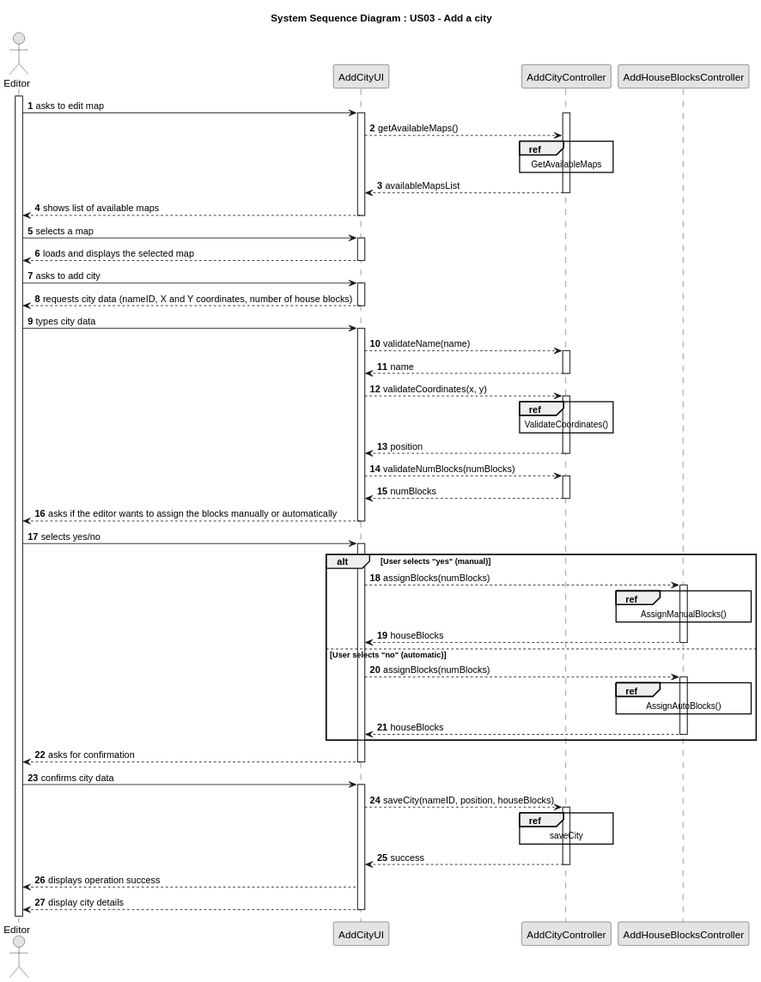
HenriqueSilva18/Railway-Network-Simulator keeps this PlantUML diagram as docs/system-documentation/Sprint 2/US03/03.design/svg/US03-SD-split.svg. Above is the earlier version.
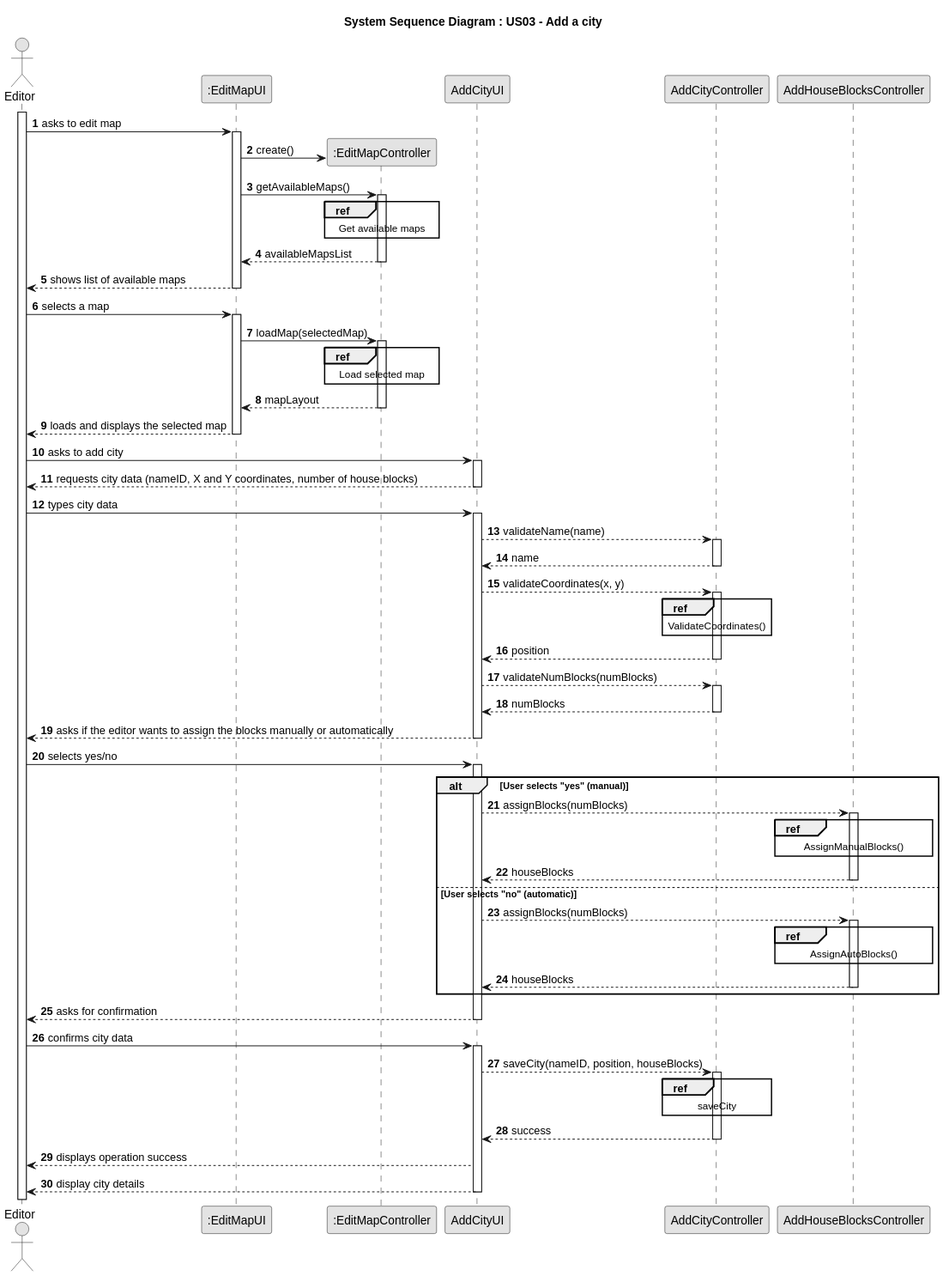
After the commit.

Change to the diagram source:
```diff
@@ -7,29 +7,47 @@
 title System Sequence Diagram : US03 - Add a city
 
 actor "Editor" as Editor
+participant ":EditMapUI" as mapUI
+participant ":EditMapController" as mapCTRL
 participant AddCityUI
 participant AddCityController
 participant AddHouseBlocksController as AddHouseBlocksController
 
 activate Editor
-Editor -> AddCityUI : asks to edit map
-        activate AddCityUI
-        activate AddCityController
-        AddCityUI --> AddCityController : getAvailableMaps()
+   Editor -> mapUI : asks to edit map
 
-        ref over AddCityController
-        GetAvailableMaps
-        end
-        AddCityController --> AddCityUI : availableMapsList
-        deactivate AddCityController
+           activate mapUI
+               mapUI -> mapCTRL**: create()
+               mapUI -> mapCTRL: getAvailableMaps()
 
-        AddCityUI --> Editor: shows list of available maps
-        deactivate AddCityUI
+               activate mapCTRL
+                   ref over mapCTRL
+                   Get available maps
+                   end
+                   mapCTRL --> mapUI: availableMapsList
+               deactivate mapCTRL
 
-        Editor -> AddCityUI: selects a map
-        activate AddCityUI
-        AddCityUI --> Editor: loads and displays the selected map
-        deactivate AddCityUI
+               mapUI --> Editor: shows list of available maps
+           deactivate mapUI
+
+       Editor -> mapUI: selects a map
+           activate mapUI
+
+               mapUI -> mapCTRL: loadMap(selectedMap)
+               activate mapCTRL
+
+                   ref over mapCTRL
+                   Load selected map
+                   end
+
+                   mapCTRL --> mapUI: mapLayout
+
+               deactivate mapCTRL
+
+               mapUI --> Editor: loads and displays the selected map
+
+
+           deactivate mapUI
 
 Editor -> AddCityUI : asks to add city
         activate AddCityUI
```
